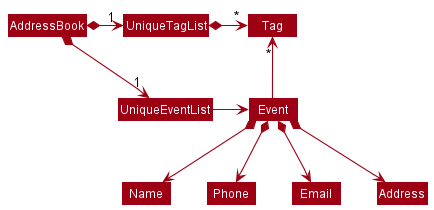
This is docs/images/BetterModelClassDiagram.png from ruthpohrp/tp, a PlantUML export, as it was before one commit.
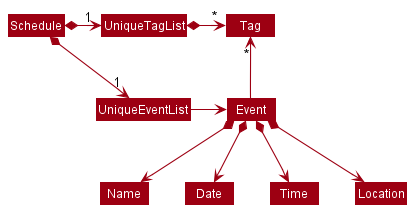
After the change.

The edit, as a diff of the source:
```diff
@@ -4,8 +4,8 @@
 skinparam arrowColor MODEL_COLOR
 skinparam classBackgroundColor MODEL_COLOR
 
-AddressBook *-right-> "1" UniqueEventList
-AddressBook *-right-> "1" UniqueTagList
+Schedule *-right-> "1" UniqueEventList
+Schedule *-right-> "1" UniqueTagList
 UniqueTagList -[hidden]down- UniqueEventList
 UniqueTagList -[hidden]down- UniqueEventList
 
@@ -15,7 +15,7 @@
 Event -up-> "*" Tag
 
 Event *--> Name
-Event *--> Phone
-Event *--> Email
-Event *--> Address
+Event *--> Date
+Event *--> Time
+Event *--> Location
 @enduml
```
